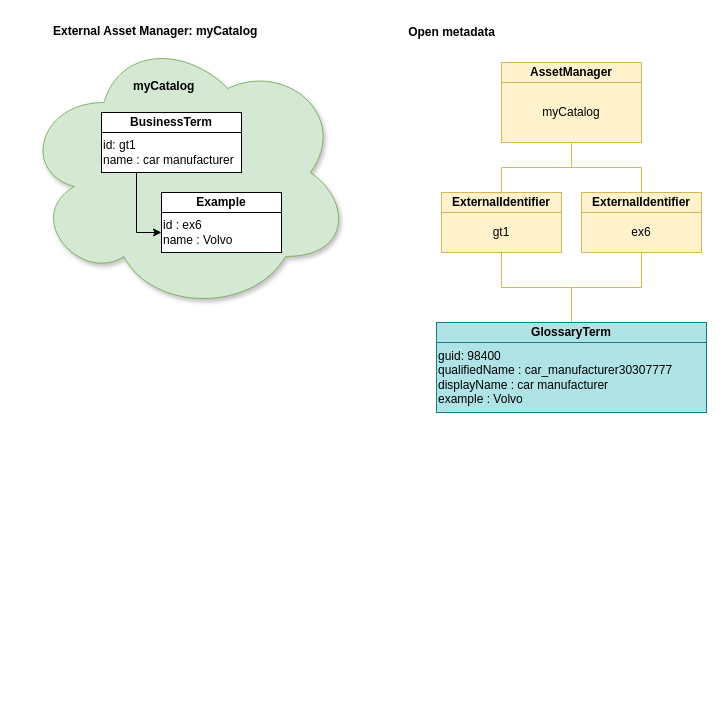
Before: page "many-to-one-mapping" (2 of 4) of site/docs/features/external-identifiers/external-identifiers.drawio in odpi/egeria-docs, a draw.io diagram. Source tidied: cells renumbered, new cells numbered last; positions are measured from the earlier drawing's top-left corner, leaving out a move shared by most shapes. Both pictures are drawn from the tidied source at 100%, with x=0, y=0 at pixel (21, 17).
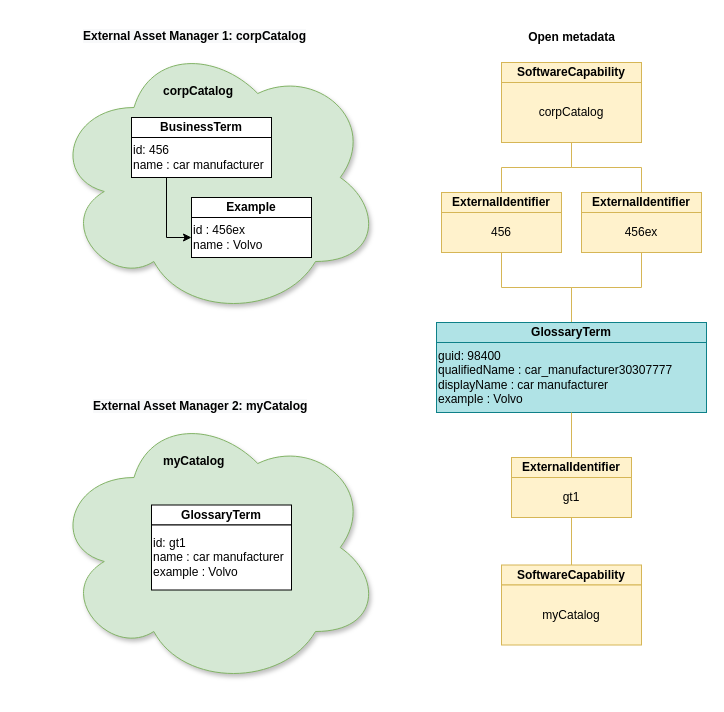
The same diagram, later.

The change refers to these unchanged cells:
```xml
<mxCell id="22" value="guid: 98400&lt;br&gt;qualifiedName : car_manufacturer30307777&lt;br&gt;displayName : car manufacturer&lt;br&gt;example : Volvo" style="rounded=0;whiteSpace=wrap;html=1;align=left;fillColor=#b0e3e6;strokeColor=#0e8088;" parent="1" vertex="1">
  <mxGeometry x="415" y="325" width="270" height="70" as="geometry" />
</mxCell>
```

The edit, as a diff of the source:
```diff
@@
-    <mxCell id="2" style="ellipse;shape=cloud;whiteSpace=wrap;html=1;align=left;verticalAlign=top;fillColor=#d5e8d4;strokeColor=#82b366;shadow=1;" parent="1" vertex="1">
-      <mxGeometry y="15" width="330" height="280" as="geometry" />
-    </mxCell>
-    <mxCell id="3" value="BusinessTerm" style="rounded=0;whiteSpace=wrap;html=1;fontStyle=1;" parent="1" vertex="1">
-      <mxGeometry x="80" y="95" width="140" height="20" as="geometry" />
-    </mxCell>
-    <mxCell id="4" style="edgeStyle=orthogonalEdgeStyle;rounded=0;jettySize=auto;html=1;exitX=0.25;exitY=1;exitDx=0;exitDy=0;entryX=0;entryY=0.5;entryDx=0;entryDy=0;" parent="1" edge="1" source="5" target="10">
-      <mxGeometry relative="1" as="geometry" />
-    </mxCell>
-    <mxCell id="5" value="id: gt1&lt;br&gt;name : car manufacturer" style="rounded=0;whiteSpace=wrap;html=1;align=left;" parent="1" vertex="1">
-      <mxGeometry x="80" y="115" width="140" height="40" as="geometry" />
-    </mxCell>
-    <mxCell id="6" value="AssetManager" style="rounded=0;whiteSpace=wrap;html=1;align=center;fontStyle=1;fillColor=#fff2cc;strokeColor=#d6b656;" parent="1" vertex="1">
+    <mxCell id="6" value="SoftwareCapability" style="rounded=0;whiteSpace=wrap;html=1;align=center;fontStyle=1;fillColor=#fff2cc;strokeColor=#d6b656;" parent="1" vertex="1">
       <mxGeometry x="480" y="45" width="140" height="20" as="geometry" />
     </mxCell>
@@
-    <mxCell id="8" value="myCatalog" style="rounded=0;whiteSpace=wrap;html=1;align=center;fillColor=#fff2cc;strokeColor=#d6b656;" parent="1" vertex="1">
+    <mxCell id="8" value="corpCatalog" style="rounded=0;whiteSpace=wrap;html=1;align=center;fillColor=#fff2cc;strokeColor=#d6b656;" parent="1" vertex="1">
       <mxGeometry x="480" y="65" width="140" height="60" as="geometry" />
     </mxCell>
-    <mxCell id="9" value="Example" style="rounded=0;whiteSpace=wrap;html=1;fontStyle=1;" parent="1" vertex="1">
-      <mxGeometry x="140" y="175" width="120" height="20" as="geometry" />
-    </mxCell>
-    <mxCell id="10" value="id : ex6&lt;br&gt;name : Volvo&amp;nbsp;" style="rounded=0;whiteSpace=wrap;html=1;align=left;" parent="1" vertex="1">
-      <mxGeometry x="140" y="195" width="120" height="40" as="geometry" />
-    </mxCell>
@@
-    <mxCell id="12" value="gt1" style="rounded=0;whiteSpace=wrap;html=1;align=center;fillColor=#fff2cc;strokeColor=#d6b656;" parent="1" vertex="1">
+    <mxCell id="12" value="456" style="rounded=0;whiteSpace=wrap;html=1;align=center;fillColor=#fff2cc;strokeColor=#d6b656;" parent="1" vertex="1">
       <mxGeometry x="420" y="195" width="120" height="40" as="geometry" />
     </mxCell>
@@
-    <mxCell id="15" value="ex6" style="rounded=0;whiteSpace=wrap;html=1;align=center;fillColor=#fff2cc;strokeColor=#d6b656;" parent="1" vertex="1">
+    <mxCell id="15" value="456ex" style="rounded=0;whiteSpace=wrap;html=1;align=center;fillColor=#fff2cc;strokeColor=#d6b656;" parent="1" vertex="1">
       <mxGeometry x="560" y="195" width="120" height="40" as="geometry" />
     </mxCell>
     <mxCell id="16" value="&lt;b&gt;Open metadata&lt;/b&gt;" style="text;html=1;align=center;verticalAlign=middle;" parent="1" vertex="1">
-      <mxGeometry x="380" y="5" width="100" height="20" as="geometry" />
+      <mxGeometry x="500" y="10" width="100" height="20" as="geometry" />
     </mxCell>
-    <mxCell id="17" value="&lt;font face=&quot;helvetica&quot;&gt;&lt;b&gt;myCatalog&lt;/b&gt;&lt;/font&gt;" style="text;whiteSpace=wrap;html=1;" parent="1" vertex="1">
-      <mxGeometry x="110" y="55" width="70" height="30" as="geometry" />
-    </mxCell>
-    <mxCell id="18" value="&lt;b style=&quot;color: rgb(0, 0, 0); font-family: helvetica; font-size: 12px; font-style: normal; letter-spacing: normal; text-align: left; text-indent: 0px; text-transform: none; word-spacing: 0px; background-color: rgb(248, 249, 250);&quot;&gt;External Asset Manager: myCatalog&lt;/b&gt;" style="text;whiteSpace=wrap;html=1;" parent="1" vertex="1">
-      <mxGeometry x="30" width="230" height="30" as="geometry" />
-    </mxCell>
@@
+    <mxCell id="23" style="ellipse;shape=cloud;whiteSpace=wrap;html=1;align=left;verticalAlign=top;fillColor=#d5e8d4;strokeColor=#82b366;shadow=1;" parent="1" vertex="1">
+      <mxGeometry x="30" y="20" width="330" height="280" as="geometry" />
+    </mxCell>
+    <mxCell id="3" value="BusinessTerm" style="rounded=0;whiteSpace=wrap;html=1;fontStyle=1;" parent="1" vertex="1">
+      <mxGeometry x="110" y="100" width="140" height="20" as="geometry" />
+    </mxCell>
+    <mxCell id="24" style="edgeStyle=orthogonalEdgeStyle;rounded=0;jettySize=auto;html=1;exitX=0.25;exitY=1;exitDx=0;exitDy=0;entryX=0;entryY=0.5;entryDx=0;entryDy=0;" parent="1" edge="1" source="25" target="26">
+      <mxGeometry relative="1" as="geometry" />
+    </mxCell>
+    <mxCell id="25" value="id: 456&lt;br&gt;name : car manufacturer" style="rounded=0;whiteSpace=wrap;html=1;align=left;" parent="1" vertex="1">
+      <mxGeometry x="110" y="120" width="140" height="40" as="geometry" />
+    </mxCell>
+    <mxCell id="9" value="Example" style="rounded=0;whiteSpace=wrap;html=1;fontStyle=1;" parent="1" vertex="1">
+      <mxGeometry x="170" y="180" width="120" height="20" as="geometry" />
+    </mxCell>
+    <mxCell id="26" value="id : 456ex&lt;br&gt;name : Volvo&amp;nbsp;" style="rounded=0;whiteSpace=wrap;html=1;align=left;" parent="1" vertex="1">
+      <mxGeometry x="170" y="200" width="120" height="40" as="geometry" />
+    </mxCell>
+    <mxCell id="27" value="&lt;font face=&quot;helvetica&quot;&gt;&lt;b&gt;corpCatalog&lt;/b&gt;&lt;/font&gt;" style="text;whiteSpace=wrap;html=1;" parent="1" vertex="1">
+      <mxGeometry x="140" y="60" width="70" height="30" as="geometry" />
+    </mxCell>
+    <mxCell id="28" value="&lt;b style=&quot;color: rgb(0, 0, 0); font-family: helvetica; font-size: 12px; font-style: normal; letter-spacing: normal; text-align: left; text-indent: 0px; text-transform: none; word-spacing: 0px; background-color: rgb(248, 249, 250);&quot;&gt;External Asset Manager 1: corpCatalog&lt;/b&gt;" style="text;whiteSpace=wrap;html=1;" parent="1" vertex="1">
+      <mxGeometry x="60" y="5" width="230" height="30" as="geometry" />
+    </mxCell>
+    <mxCell id="29" value="SoftwareCapability" style="rounded=0;whiteSpace=wrap;html=1;align=center;fontStyle=1;fillColor=#fff2cc;strokeColor=#d6b656;" parent="1" vertex="1">
+      <mxGeometry x="480" y="547.5" width="140" height="20" as="geometry" />
+    </mxCell>
+    <mxCell id="30" value="myCatalog" style="rounded=0;whiteSpace=wrap;html=1;align=center;fillColor=#fff2cc;strokeColor=#d6b656;" parent="1" vertex="1">
+      <mxGeometry x="480" y="567.5" width="140" height="60" as="geometry" />
+    </mxCell>
+    <mxCell id="31" style="edgeStyle=orthogonalEdgeStyle;rounded=0;jettySize=auto;html=1;exitX=0.5;exitY=0;exitDx=0;exitDy=0;startArrow=none;startFill=0;fillColor=#fff2cc;strokeColor=#d6b656;endArrow=none;endFill=0;" parent="1" edge="1" source="32" target="22">
+      <mxGeometry relative="1" as="geometry" />
+    </mxCell>
+    <mxCell id="32" value="ExternalIdentifier" style="rounded=0;whiteSpace=wrap;html=1;align=center;fontStyle=1;fillColor=#fff2cc;strokeColor=#d6b656;" parent="1" vertex="1">
+      <mxGeometry x="490" y="440" width="120" height="20" as="geometry" />
+    </mxCell>
+    <mxCell id="33" value="gt1" style="rounded=0;whiteSpace=wrap;html=1;align=center;fillColor=#fff2cc;strokeColor=#d6b656;" parent="1" vertex="1">
+      <mxGeometry x="490" y="460" width="120" height="40" as="geometry" />
+    </mxCell>
+    <mxCell id="34" style="edgeStyle=orthogonalEdgeStyle;rounded=0;jettySize=auto;html=1;entryX=0.5;entryY=1;entryDx=0;entryDy=0;endArrow=none;endFill=0;fillColor=#fff2cc;strokeColor=#d6b656;exitX=0.5;exitY=0;exitDx=0;exitDy=0;" parent="1" edge="1" source="29" target="33">
+      <mxGeometry relative="1" as="geometry" />
+    </mxCell>
+    <mxCell id="35" style="ellipse;shape=cloud;whiteSpace=wrap;html=1;align=left;verticalAlign=top;fillColor=#d5e8d4;strokeColor=#82b366;shadow=1;" parent="1" vertex="1">
+      <mxGeometry x="30" y="390" width="330" height="280" as="geometry" />
+    </mxCell>
+    <mxCell id="36" value="GlossaryTerm" style="rounded=0;whiteSpace=wrap;html=1;fontStyle=1;" parent="1" vertex="1">
+      <mxGeometry x="130" y="487.5" width="140" height="20" as="geometry" />
+    </mxCell>
+    <mxCell id="37" value="id: gt1&lt;br&gt;name : car manufacturer&lt;br&gt;example : Volvo" style="rounded=0;whiteSpace=wrap;html=1;align=left;" parent="1" vertex="1">
+      <mxGeometry x="130" y="507.5" width="140" height="65" as="geometry" />
+    </mxCell>
+    <mxCell id="17" value="&lt;font face=&quot;helvetica&quot;&gt;&lt;b&gt;myCatalog&lt;/b&gt;&lt;/font&gt;" style="text;whiteSpace=wrap;html=1;" parent="1" vertex="1">
+      <mxGeometry x="140" y="430" width="70" height="30" as="geometry" />
+    </mxCell>
+    <mxCell id="38" value="&lt;b style=&quot;color: rgb(0, 0, 0); font-family: helvetica; font-size: 12px; font-style: normal; letter-spacing: normal; text-align: left; text-indent: 0px; text-transform: none; word-spacing: 0px; background-color: rgb(248, 249, 250);&quot;&gt;External Asset Manager 2: myCatalog&lt;/b&gt;" style="text;whiteSpace=wrap;html=1;" parent="1" vertex="1">
+      <mxGeometry x="70" y="375" width="230" height="30" as="geometry" />
+    </mxCell>
```
